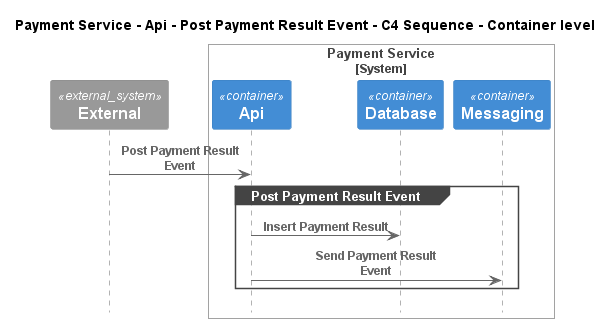
C4InterFlow/architecture-as-code-samples keeps this PlantUML diagram as e-commerce-platform/Software Systems/Payment Service/Containers/Api/Interfaces/Post Payment Result Event/Container - C4 Sequence.png. Above is the earlier version. The source it was exported from:
```plantuml
@startuml
!pragma layout smetana
!include ..\..\..\..\..\..\.c4s\C4_Sequence.puml

title Payment Service - Api - Post Payment Result Event - C4 Sequence - Container level

System_Ext(C4InterFlow.SoftwareSystems.ExternalSystem, "External", "")

System_Boundary(ECommercePlatform.SoftwareSystems.PaymentService, "Payment Service")
    Container(ECommercePlatform.SoftwareSystems.PaymentService.Containers.Api, "Api", "", "")
    Container(ECommercePlatform.SoftwareSystems.PaymentService.Containers.Database, "Database", "", "")
    Container(ECommercePlatform.SoftwareSystems.PaymentService.Containers.Messaging, "Messaging", "", "")
Boundary_End()

Rel(C4InterFlow.SoftwareSystems.ExternalSystem, ECommercePlatform.SoftwareSystems.PaymentService.Containers.Api, "Post Payment Result Event")
group Post Payment Result Event
Rel(ECommercePlatform.SoftwareSystems.PaymentService.Containers.Api, ECommercePlatform.SoftwareSystems.PaymentService.Containers.Database, "Insert Payment Result")
Rel(ECommercePlatform.SoftwareSystems.PaymentService.Containers.Api, ECommercePlatform.SoftwareSystems.PaymentService.Containers.Messaging, "Send Payment Result Event")
end


@enduml
```
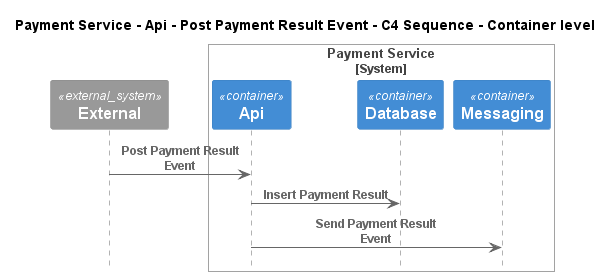
The same file after the commit.

The edit, as a diff of the source:
```diff
@@ -13,10 +13,8 @@
 Boundary_End()
 
 Rel(C4InterFlow.SoftwareSystems.ExternalSystem, ECommercePlatform.SoftwareSystems.PaymentService.Containers.Api, "Post Payment Result Event")
-group Post Payment Result Event
 Rel(ECommercePlatform.SoftwareSystems.PaymentService.Containers.Api, ECommercePlatform.SoftwareSystems.PaymentService.Containers.Database, "Insert Payment Result")
 Rel(ECommercePlatform.SoftwareSystems.PaymentService.Containers.Api, ECommercePlatform.SoftwareSystems.PaymentService.Containers.Messaging, "Send Payment Result Event")
-end
 
 
 @enduml
```
